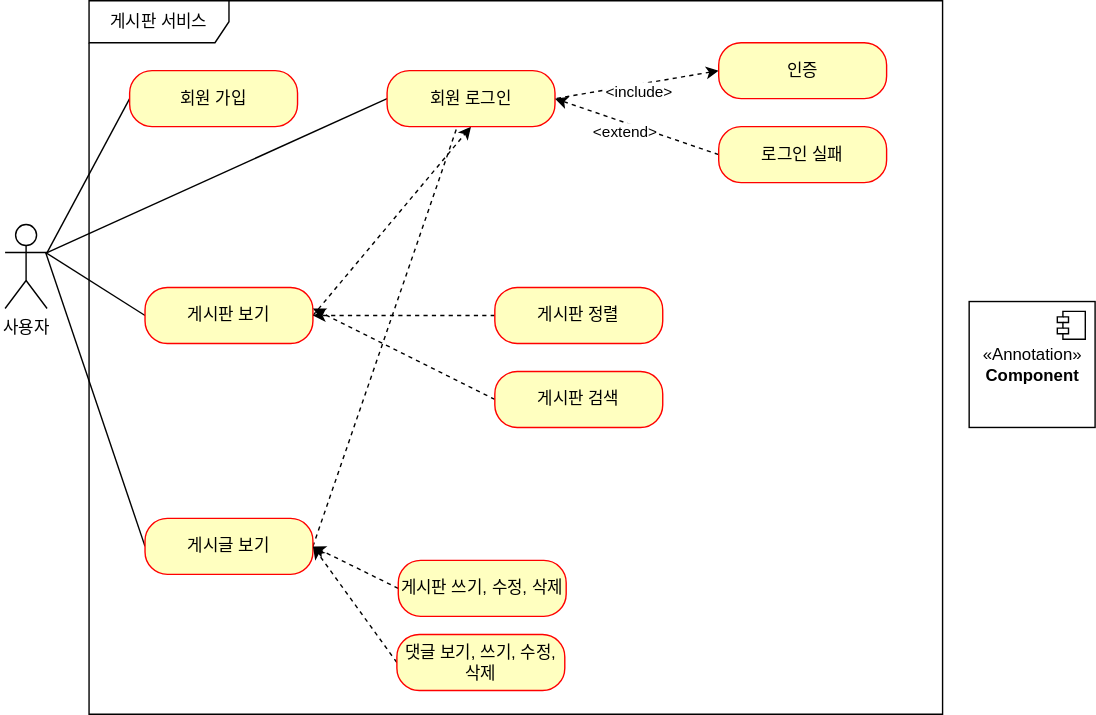
Earlier version of the draw.io export document/use-case.svg (Swacker3927/fastcampus-board-project). Source tidied: cells renumbered, new cells last; positions are measured from the earlier drawing's top-left corner, leaving out a move shared by most shapes.
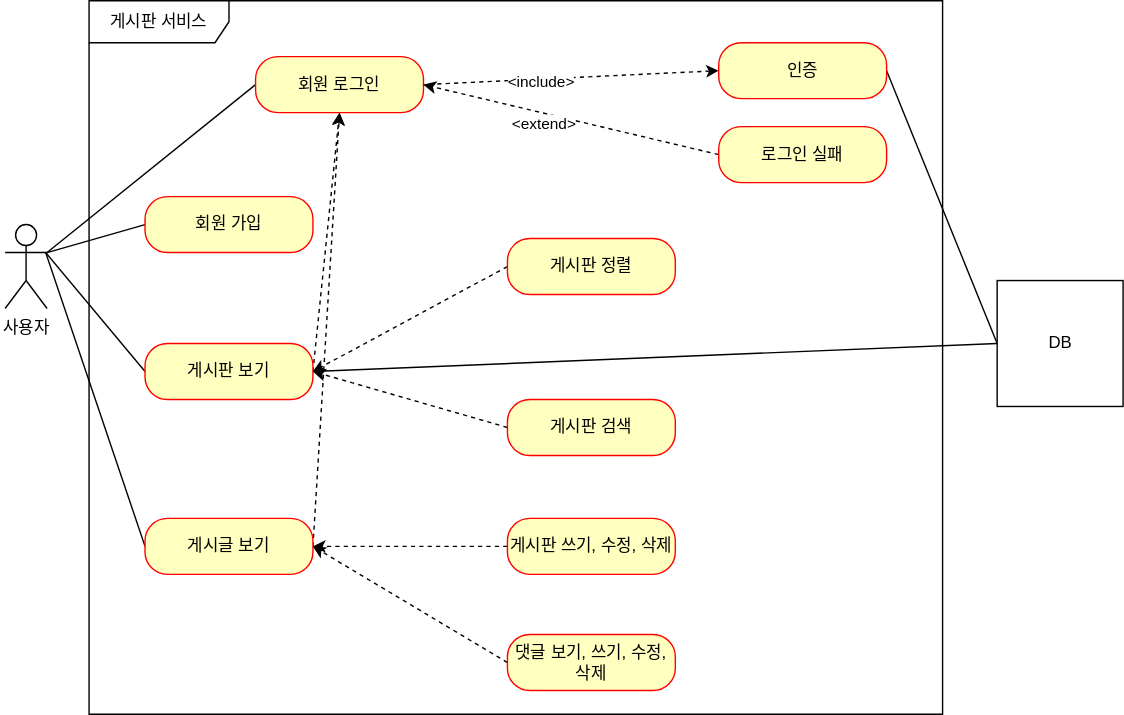
Above is the later version.

Diff of the diagram source:
```diff
@@ -12,7 +12,7 @@
       <mxGeometry relative="1" as="geometry" />
     </mxCell>
     <mxCell id="5" value="회원 가입" style="rounded=1;whiteSpace=wrap;html=1;arcSize=40;fontColor=#000000;fillColor=#ffffc0;strokeColor=#ff0000;" parent="1" vertex="1">
-      <mxGeometry x="89" y="50" width="120" height="40" as="geometry" />
+      <mxGeometry x="100" y="140" width="120" height="40" as="geometry" />
     </mxCell>
     <mxCell id="6" style="edgeStyle=none;rounded=0;jettySize=auto;html=1;exitX=0;exitY=0.5;exitDx=0;exitDy=0;startArrow=none;startFill=0;endArrow=none;endFill=0;" parent="1" edge="1" source="8">
       <mxGeometry relative="1" as="geometry">
@@ -22,18 +22,19 @@
     <mxCell id="7" style="edgeStyle=none;rounded=0;jettySize=auto;html=1;exitX=1;exitY=0.5;exitDx=0;exitDy=0;entryX=0.5;entryY=1;entryDx=0;entryDy=0;dashed=1;startArrow=none;startFill=0;endArrow=classic;endFill=1;" parent="1" edge="1" source="8" target="13">
       <mxGeometry relative="1" as="geometry" />
     </mxCell>
+    <mxCell id="30" style="edgeStyle=none;rounded=0;jettySize=auto;html=1;exitX=1;exitY=0.5;exitDx=0;exitDy=0;entryX=0;entryY=0.5;entryDx=0;entryDy=0;endArrow=none;endFill=0;" parent="1" edge="1" source="8" target="28">
+      <mxGeometry relative="1" as="geometry" />
+    </mxCell>
     <mxCell id="8" value="게시판 보기" style="rounded=1;whiteSpace=wrap;html=1;arcSize=40;fontColor=#000000;fillColor=#ffffc0;strokeColor=#ff0000;" parent="1" vertex="1">
-      <mxGeometry x="100" y="205" width="120" height="40" as="geometry" />
+      <mxGeometry x="100" y="245" width="120" height="40" as="geometry" />
     </mxCell>
     <mxCell id="9" style="edgeStyle=none;rounded=0;jettySize=auto;html=1;exitX=0;exitY=0.5;exitDx=0;exitDy=0;startArrow=none;startFill=0;endArrow=none;endFill=0;" parent="1" edge="1" source="11">
       <mxGeometry relative="1" as="geometry">
         <mxPoint x="29" y="180" as="targetPoint" />
       </mxGeometry>
     </mxCell>
-    <mxCell id="10" style="edgeStyle=none;rounded=0;jettySize=auto;html=1;exitX=1;exitY=0.5;exitDx=0;exitDy=0;dashed=1;startArrow=none;startFill=0;endArrow=classic;endFill=1;" parent="1" edge="1" source="11">
-      <mxGeometry relative="1" as="geometry">
-        <mxPoint x="330" y="70" as="targetPoint" />
-      </mxGeometry>
+    <mxCell id="10" style="edgeStyle=none;rounded=0;jettySize=auto;html=1;exitX=1;exitY=0.5;exitDx=0;exitDy=0;dashed=1;startArrow=none;startFill=0;endArrow=classic;endFill=1;entryX=0.5;entryY=1;entryDx=0;entryDy=0;" parent="1" edge="1" source="11" target="13">
+      <mxGeometry relative="1" as="geometry" />
     </mxCell>
     <mxCell id="11" value="게시글 보기" style="rounded=1;whiteSpace=wrap;html=1;arcSize=40;fontColor=#000000;fillColor=#ffffc0;strokeColor=#ff0000;" parent="1" vertex="1">
       <mxGeometry x="100" y="370" width="120" height="40" as="geometry" />
@@ -42,7 +43,7 @@
       <mxGeometry relative="1" as="geometry" />
     </mxCell>
     <mxCell id="13" value="회원 로그인" style="rounded=1;whiteSpace=wrap;html=1;arcSize=40;fontColor=#000000;fillColor=#ffffc0;strokeColor=#ff0000;" parent="1" vertex="1">
-      <mxGeometry x="273" y="50" width="120" height="40" as="geometry" />
+      <mxGeometry x="179" y="40" width="120" height="40" as="geometry" />
     </mxCell>
     <mxCell id="14" style="edgeStyle=none;rounded=0;jettySize=auto;html=1;exitX=0;exitY=0.5;exitDx=0;exitDy=0;entryX=1;entryY=0.5;entryDx=0;entryDy=0;startArrow=classic;startFill=1;endArrow=none;endFill=0;dashed=1;" parent="1" edge="1" source="16" target="13">
       <mxGeometry relative="1" as="geometry" />
@@ -52,6 +53,9 @@
         <mxPoint x="28" y="-2" as="offset" />
       </mxGeometry>
     </mxCell>
+    <mxCell id="31" style="rounded=0;jettySize=auto;html=1;exitX=1;exitY=0.5;exitDx=0;exitDy=0;entryX=0;entryY=0.5;entryDx=0;entryDy=0;endArrow=none;endFill=0;" parent="1" edge="1" source="16" target="28">
+      <mxGeometry relative="1" as="geometry" />
+    </mxCell>
     <mxCell id="16" value="인증" style="rounded=1;whiteSpace=wrap;html=1;arcSize=40;fontColor=#000000;fillColor=#ffffc0;strokeColor=#ff0000;" parent="1" vertex="1">
       <mxGeometry x="510" y="30" width="120" height="40" as="geometry" />
     </mxCell>
@@ -70,35 +74,28 @@
       <mxGeometry relative="1" as="geometry" />
     </mxCell>
     <mxCell id="21" value="게시판 정렬" style="rounded=1;whiteSpace=wrap;html=1;arcSize=40;fontColor=#000000;fillColor=#ffffc0;strokeColor=#ff0000;" parent="1" vertex="1">
-      <mxGeometry x="350" y="205" width="120" height="40" as="geometry" />
+      <mxGeometry x="359" y="170" width="120" height="40" as="geometry" />
     </mxCell>
-    <mxCell id="22" style="edgeStyle=none;rounded=0;jettySize=auto;html=1;exitX=0;exitY=0.5;exitDx=0;exitDy=0;dashed=1;startArrow=none;startFill=0;endArrow=classic;endFill=1;" parent="1" edge="1" source="23">
-      <mxGeometry relative="1" as="geometry">
-        <mxPoint x="220" y="220" as="targetPoint" />
-      </mxGeometry>
+    <mxCell id="22" style="edgeStyle=none;rounded=0;jettySize=auto;html=1;exitX=0;exitY=0.5;exitDx=0;exitDy=0;dashed=1;startArrow=none;startFill=0;endArrow=classic;endFill=1;entryX=1;entryY=0.5;entryDx=0;entryDy=0;" parent="1" edge="1" source="23" target="8">
+      <mxGeometry relative="1" as="geometry" />
     </mxCell>
     <mxCell id="23" value="게시판 검색" style="rounded=1;whiteSpace=wrap;html=1;arcSize=40;fontColor=#000000;fillColor=#ffffc0;strokeColor=#ff0000;" parent="1" vertex="1">
-      <mxGeometry x="350" y="265" width="120" height="40" as="geometry" />
+      <mxGeometry x="359" y="285" width="120" height="40" as="geometry" />
     </mxCell>
     <mxCell id="24" style="edgeStyle=none;rounded=0;jettySize=auto;html=1;exitX=0;exitY=0.5;exitDx=0;exitDy=0;entryX=1;entryY=0.5;entryDx=0;entryDy=0;dashed=1;startArrow=none;startFill=0;endArrow=classic;endFill=1;" parent="1" edge="1" source="25" target="11">
       <mxGeometry relative="1" as="geometry" />
     </mxCell>
     <mxCell id="25" value="게시판 쓰기, 수정, 삭제" style="rounded=1;whiteSpace=wrap;html=1;arcSize=40;fontColor=#000000;fillColor=#ffffc0;strokeColor=#ff0000;" parent="1" vertex="1">
-      <mxGeometry x="281" y="400" width="120" height="40" as="geometry" />
+      <mxGeometry x="359" y="370" width="120" height="40" as="geometry" />
     </mxCell>
     <mxCell id="26" style="edgeStyle=none;rounded=0;jettySize=auto;html=1;exitX=0;exitY=0.5;exitDx=0;exitDy=0;entryX=1;entryY=0.5;entryDx=0;entryDy=0;dashed=1;startArrow=none;startFill=0;endArrow=classic;endFill=1;" parent="1" edge="1" source="27" target="11">
       <mxGeometry relative="1" as="geometry" />
     </mxCell>
     <mxCell id="27" value="댓글 보기, 쓰기, 수정, 삭제" style="rounded=1;whiteSpace=wrap;html=1;arcSize=40;fontColor=#000000;fillColor=#ffffc0;strokeColor=#ff0000;" parent="1" vertex="1">
-      <mxGeometry x="280" y="453" width="120" height="40" as="geometry" />
+      <mxGeometry x="359" y="453" width="120" height="40" as="geometry" />
     </mxCell>
-    <mxCell id="28" value="&amp;laquo;Annotation&amp;raquo;&lt;br/&gt;&lt;b&gt;Component&lt;/b&gt;" style="html=1;" parent="1" vertex="1">
-      <mxGeometry x="689" y="215" width="90" height="90" as="geometry" />
+    <mxCell id="28" value="DB" style="html=1;" parent="1" vertex="1">
+      <mxGeometry x="709" y="200" width="90" height="90" as="geometry" />
     </mxCell>
-    <mxCell id="29" style="shape=module;jettyWidth=8;jettyHeight=4;" parent="28" vertex="1">
-      <mxGeometry x="1" width="20" height="20" relative="1" as="geometry">
-        <mxPoint x="-27" y="7" as="offset" />
-      </mxGeometry>
-    </mxCell>
   </root>
 </mxGraphModel>
```
